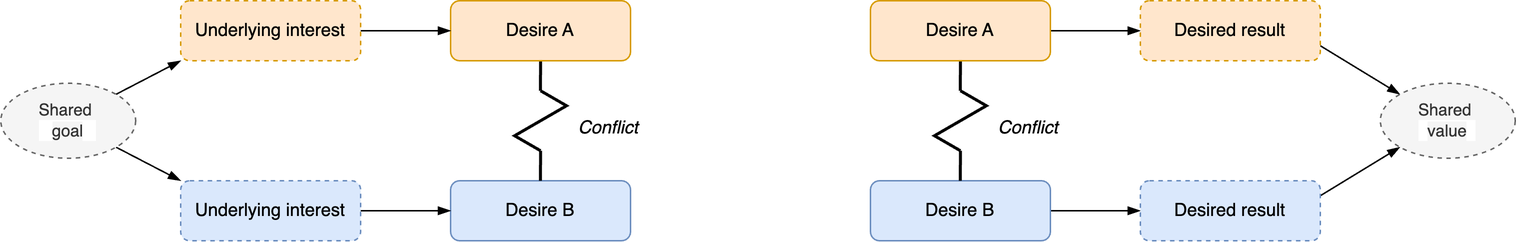
Earlier version of the draw.io export img/tree-conflict.png (voschezang/coding-handbook). Source tidied: cells renumbered, new cells last; positions are measured from the earlier drawing's top-left corner, leaving out a move shared by most shapes.
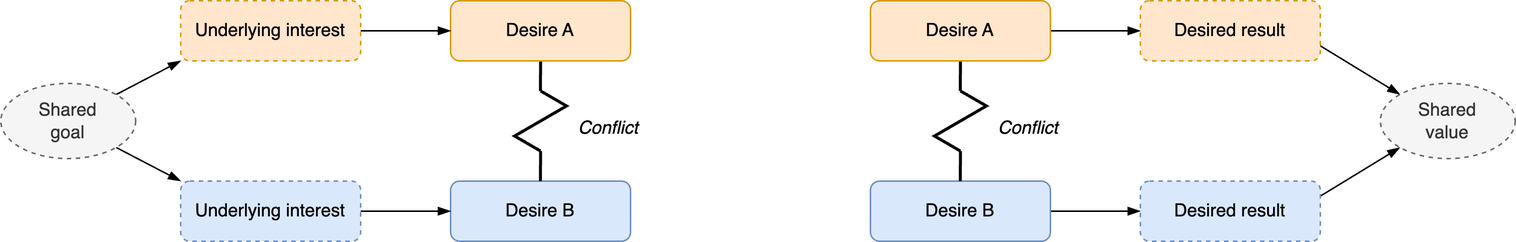
The same diagram one commit later.

Change to the diagram source:
```diff
@@ -43,63 +43,71 @@
     <mxCell id="11" value="Underlying interest" style="rounded=1;whiteSpace=wrap;html=1;fillColor=#dae8fc;strokeColor=#6c8ebf;dashed=1;" parent="1" vertex="1">
       <mxGeometry x="120" y="120" width="120" height="40" as="geometry" />
     </mxCell>
-    <mxCell id="12" style="rounded=0;jettySize=auto;html=1;exitX=1;exitY=1;exitDx=0;exitDy=0;entryX=0;entryY=0;entryDx=0;entryDy=0;strokeColor=default;align=center;verticalAlign=middle;fontFamily=Helvetica;fontSize=11;fontColor=default;labelBackgroundColor=default;endArrow=blockThin;endFill=1;" parent="1" edge="1" source="13" target="11">
-      <mxGeometry relative="1" as="geometry" />
+    <mxCell id="12" style="rounded=0;jettySize=auto;html=1;exitX=1;exitY=1;exitDx=0;exitDy=0;entryX=0;entryY=0;entryDx=0;entryDy=0;strokeColor=default;align=center;verticalAlign=middle;fontFamily=Helvetica;fontSize=11;fontColor=default;labelBackgroundColor=default;endArrow=blockThin;endFill=1;" parent="1" edge="1" target="11">
+      <mxGeometry relative="1" as="geometry">
+        <mxPoint x="77" y="97.6" as="sourcePoint" />
+      </mxGeometry>
     </mxCell>
-    <mxCell id="13" value="&lt;span style=&quot;background-color: rgb(245, 245, 245);&quot;&gt;Shared&amp;nbsp;&lt;br&gt;&lt;/span&gt;&lt;span style=&quot;background-color: rgb(245, 245, 245);&quot;&gt;goal&lt;/span&gt;" style="ellipse;whiteSpace=wrap;html=1;fontFamily=Helvetica;fontSize=11;fontColor=#333333;labelBackgroundColor=default;fillColor=#f5f5f5;strokeColor=#666666;dashed=1;" parent="1" vertex="1">
-      <mxGeometry y="55" width="90" height="50" as="geometry" />
+    <mxCell id="13" style="edgeStyle=none;rounded=0;jettySize=auto;html=1;exitX=1;exitY=0;exitDx=0;exitDy=0;strokeColor=default;align=center;verticalAlign=middle;fontFamily=Helvetica;fontSize=11;fontColor=default;labelBackgroundColor=default;endArrow=blockThin;endFill=1;entryX=0;entryY=1;entryDx=0;entryDy=0;" parent="1" edge="1" target="9">
+      <mxGeometry relative="1" as="geometry">
+        <mxPoint x="77" y="62.4" as="sourcePoint" />
+      </mxGeometry>
     </mxCell>
-    <mxCell id="14" style="edgeStyle=none;rounded=0;jettySize=auto;html=1;exitX=1;exitY=0;exitDx=0;exitDy=0;strokeColor=default;align=center;verticalAlign=middle;fontFamily=Helvetica;fontSize=11;fontColor=default;labelBackgroundColor=default;endArrow=blockThin;endFill=1;entryX=0;entryY=1;entryDx=0;entryDy=0;" parent="1" edge="1" source="13" target="9">
-      <mxGeometry relative="1" as="geometry" />
+    <mxCell id="14" style="edgeStyle=orthogonalEdgeStyle;rounded=0;jettySize=auto;html=1;exitX=0.5;exitY=1;exitDx=0;exitDy=0;endArrow=none;endFill=0;strokeWidth=2;" parent="1" edge="1" source="16">
+      <mxGeometry relative="1" as="geometry">
+        <mxPoint x="639.9" y="60" as="targetPoint" />
+      </mxGeometry>
     </mxCell>
-    <mxCell id="15" style="edgeStyle=orthogonalEdgeStyle;rounded=0;jettySize=auto;html=1;exitX=0.5;exitY=1;exitDx=0;exitDy=0;endArrow=none;endFill=0;strokeWidth=2;" parent="1" edge="1" source="17">
-      <mxGeometry relative="1" as="geometry">
-        <mxPoint x="639.9" y="60" as="targetPoint" />
-      </mxGeometry>
+    <mxCell id="15" style="edgeStyle=none;rounded=0;jettySize=auto;html=1;exitX=1;exitY=0.5;exitDx=0;exitDy=0;entryX=0;entryY=0.5;entryDx=0;entryDy=0;strokeColor=default;align=center;verticalAlign=middle;fontFamily=Helvetica;fontSize=11;fontColor=default;labelBackgroundColor=default;endArrow=blockThin;endFill=1;" parent="1" edge="1" source="16" target="23">
+      <mxGeometry relative="1" as="geometry" />
     </mxCell>
-    <mxCell id="16" style="edgeStyle=none;rounded=0;jettySize=auto;html=1;exitX=1;exitY=0.5;exitDx=0;exitDy=0;entryX=0;entryY=0.5;entryDx=0;entryDy=0;strokeColor=default;align=center;verticalAlign=middle;fontFamily=Helvetica;fontSize=11;fontColor=default;labelBackgroundColor=default;endArrow=blockThin;endFill=1;" parent="1" edge="1" source="17" target="24">
-      <mxGeometry relative="1" as="geometry" />
+    <mxCell id="16" value="Desire A" style="rounded=1;whiteSpace=wrap;html=1;fillColor=#ffe6cc;strokeColor=#d79b00;" parent="1" vertex="1">
+      <mxGeometry x="580" width="120" height="40" as="geometry" />
     </mxCell>
-    <mxCell id="17" value="Desire A" style="rounded=1;whiteSpace=wrap;html=1;fillColor=#ffe6cc;strokeColor=#d79b00;" parent="1" vertex="1">
-      <mxGeometry x="580" width="120" height="40" as="geometry" />
+    <mxCell id="17" style="edgeStyle=none;rounded=0;jettySize=auto;html=1;exitX=1;exitY=0.5;exitDx=0;exitDy=0;entryX=0;entryY=0.5;entryDx=0;entryDy=0;strokeColor=default;align=center;verticalAlign=middle;fontFamily=Helvetica;fontSize=11;fontColor=default;labelBackgroundColor=default;endArrow=blockThin;endFill=1;" parent="1" edge="1" source="18" target="25">
+      <mxGeometry relative="1" as="geometry" />
     </mxCell>
-    <mxCell id="18" style="edgeStyle=none;rounded=0;jettySize=auto;html=1;exitX=1;exitY=0.5;exitDx=0;exitDy=0;entryX=0;entryY=0.5;entryDx=0;entryDy=0;strokeColor=default;align=center;verticalAlign=middle;fontFamily=Helvetica;fontSize=11;fontColor=default;labelBackgroundColor=default;endArrow=blockThin;endFill=1;" parent="1" edge="1" source="19" target="26">
-      <mxGeometry relative="1" as="geometry" />
+    <mxCell id="18" value="Desire B" style="rounded=1;whiteSpace=wrap;html=1;fillColor=#dae8fc;strokeColor=#6c8ebf;" parent="1" vertex="1">
+      <mxGeometry x="580" y="120" width="120" height="40" as="geometry" />
     </mxCell>
-    <mxCell id="19" value="Desire B" style="rounded=1;whiteSpace=wrap;html=1;fillColor=#dae8fc;strokeColor=#6c8ebf;" parent="1" vertex="1">
-      <mxGeometry x="580" y="120" width="120" height="40" as="geometry" />
+    <mxCell id="19" style="endArrow=none;html=1;rounded=0;edgeStyle=isometricEdgeStyle;elbow=vertical;strokeWidth=2;" parent="1" edge="1">
+      <mxGeometry relative="1" as="geometry">
+        <mxPoint x="640" y="100" as="sourcePoint" />
+        <mxPoint x="640" y="60" as="targetPoint" />
+        <Array as="points">
+          <mxPoint x="640" y="80" />
+        </Array>
+      </mxGeometry>
     </mxCell>
-    <mxCell id="20" style="endArrow=none;html=1;rounded=0;edgeStyle=isometricEdgeStyle;elbow=vertical;strokeWidth=2;" parent="1" edge="1">
+    <mxCell id="20" style="edgeStyle=orthogonalEdgeStyle;rounded=0;orthogonalLoop=1;jettySize=auto;html=1;exitX=0.5;exitY=1;exitDx=0;exitDy=0;endArrow=none;endFill=0;strokeWidth=2;" parent="1" edge="1">
       <mxGeometry relative="1" as="geometry">
         <mxPoint x="640" y="100" as="sourcePoint" />
-        <mxPoint x="640" y="60" as="targetPoint" />
-        <Array as="points">
-          <mxPoint x="640" y="80" />
-        </Array>
+        <mxPoint x="639.9" y="120" as="targetPoint" />
       </mxGeometry>
     </mxCell>
-    <mxCell id="21" style="edgeStyle=orthogonalEdgeStyle;rounded=0;orthogonalLoop=1;jettySize=auto;html=1;exitX=0.5;exitY=1;exitDx=0;exitDy=0;endArrow=none;endFill=0;strokeWidth=2;" parent="1" edge="1">
-      <mxGeometry relative="1" as="geometry">
-        <mxPoint x="640" y="100" as="sourcePoint" />
-        <mxPoint x="639.9" y="120" as="targetPoint" />
-      </mxGeometry>
+    <mxCell id="21" value="Conflict" style="text;html=1;align=center;verticalAlign=middle;strokeColor=none;fillColor=none;fontStyle=2;" parent="1" vertex="1">
+      <mxGeometry x="655" y="70" width="60" height="30" as="geometry" />
     </mxCell>
-    <mxCell id="22" value="Conflict" style="text;html=1;align=center;verticalAlign=middle;strokeColor=none;fillColor=none;fontStyle=2;" parent="1" vertex="1">
-      <mxGeometry x="655" y="70" width="60" height="30" as="geometry" />
+    <mxCell id="22" style="edgeStyle=none;rounded=0;jettySize=auto;html=1;exitX=1;exitY=0.75;exitDx=0;exitDy=0;entryX=0;entryY=0;entryDx=0;entryDy=0;strokeColor=default;align=center;verticalAlign=middle;fontFamily=Helvetica;fontSize=11;fontColor=default;labelBackgroundColor=default;endArrow=blockThin;endFill=1;" parent="1" edge="1" source="23">
+      <mxGeometry relative="1" as="geometry">
+        <mxPoint x="933.1" y="62.4" as="targetPoint" />
+      </mxGeometry>
     </mxCell>
-    <mxCell id="23" style="edgeStyle=none;rounded=0;jettySize=auto;html=1;exitX=1;exitY=0.75;exitDx=0;exitDy=0;entryX=0;entryY=0;entryDx=0;entryDy=0;strokeColor=default;align=center;verticalAlign=middle;fontFamily=Helvetica;fontSize=11;fontColor=default;labelBackgroundColor=default;endArrow=blockThin;endFill=1;" parent="1" edge="1" source="24" target="27">
-      <mxGeometry relative="1" as="geometry" />
+    <mxCell id="23" value="Desired result" style="rounded=1;whiteSpace=wrap;html=1;fillColor=#ffe6cc;strokeColor=#d79b00;dashed=1;" parent="1" vertex="1">
+      <mxGeometry x="760" width="120" height="40" as="geometry" />
     </mxCell>
-    <mxCell id="24" value="Desired result" style="rounded=1;whiteSpace=wrap;html=1;fillColor=#ffe6cc;strokeColor=#d79b00;dashed=1;" parent="1" vertex="1">
-      <mxGeometry x="760" width="120" height="40" as="geometry" />
+    <mxCell id="24" style="edgeStyle=none;rounded=0;jettySize=auto;html=1;exitX=1;exitY=0.25;exitDx=0;exitDy=0;entryX=0;entryY=1;entryDx=0;entryDy=0;strokeColor=default;align=center;verticalAlign=middle;fontFamily=Helvetica;fontSize=11;fontColor=default;labelBackgroundColor=default;endArrow=blockThin;endFill=1;" parent="1" edge="1" source="25">
+      <mxGeometry relative="1" as="geometry">
+        <mxPoint x="933.1" y="97.6" as="targetPoint" />
+      </mxGeometry>
     </mxCell>
-    <mxCell id="25" style="edgeStyle=none;rounded=0;jettySize=auto;html=1;exitX=1;exitY=0.25;exitDx=0;exitDy=0;entryX=0;entryY=1;entryDx=0;entryDy=0;strokeColor=default;align=center;verticalAlign=middle;fontFamily=Helvetica;fontSize=11;fontColor=default;labelBackgroundColor=default;endArrow=blockThin;endFill=1;" parent="1" edge="1" source="26" target="27">
-      <mxGeometry relative="1" as="geometry" />
+    <mxCell id="25" value="Desired result" style="rounded=1;whiteSpace=wrap;html=1;fillColor=#dae8fc;strokeColor=#6c8ebf;dashed=1;" parent="1" vertex="1">
+      <mxGeometry x="760" y="120" width="120" height="40" as="geometry" />
     </mxCell>
-    <mxCell id="26" value="Desired result" style="rounded=1;whiteSpace=wrap;html=1;fillColor=#dae8fc;strokeColor=#6c8ebf;dashed=1;" parent="1" vertex="1">
-      <mxGeometry x="760" y="120" width="120" height="40" as="geometry" />
+    <mxCell id="26" value="Shared &lt;br&gt;goal" style="ellipse;whiteSpace=wrap;html=1;fillColor=#f5f5f5;fontColor=#333333;strokeColor=#666666;dashed=1;" parent="1" vertex="1">
+      <mxGeometry y="55" width="90" height="50" as="geometry" />
     </mxCell>
-    <mxCell id="27" value="&lt;span style=&quot;background-color: rgb(245, 245, 245);&quot;&gt;Shared&amp;nbsp;&lt;br&gt;&lt;/span&gt;&lt;span style=&quot;background-color: rgb(245, 245, 245);&quot;&gt;value&lt;/span&gt;" style="ellipse;whiteSpace=wrap;html=1;fontFamily=Helvetica;fontSize=11;fontColor=#333333;labelBackgroundColor=default;fillColor=#f5f5f5;strokeColor=#666666;dashed=1;" parent="1" vertex="1">
+    <mxCell id="27" value="Shared &lt;br&gt;value" style="ellipse;whiteSpace=wrap;html=1;fillColor=#f5f5f5;fontColor=#333333;strokeColor=#666666;dashed=1;" parent="1" vertex="1">
       <mxGeometry x="920" y="55" width="90" height="50" as="geometry" />
     </mxCell>
   </root>
```
